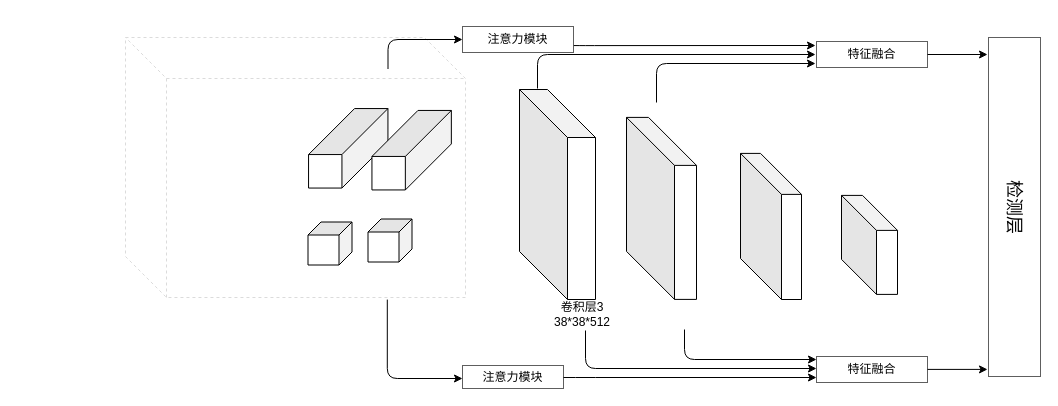
This is Report/MSSD.drawio from murongsina/RRT, a draw.io file, before an edit. Source tidied: cells renumbered, new cells numbered last; positions are measured from the earlier drawing's top-left corner, leaving out a move shared by most shapes. Both pictures are drawn from the tidied source at 100%, with x=0, y=0 at pixel (125, 26).
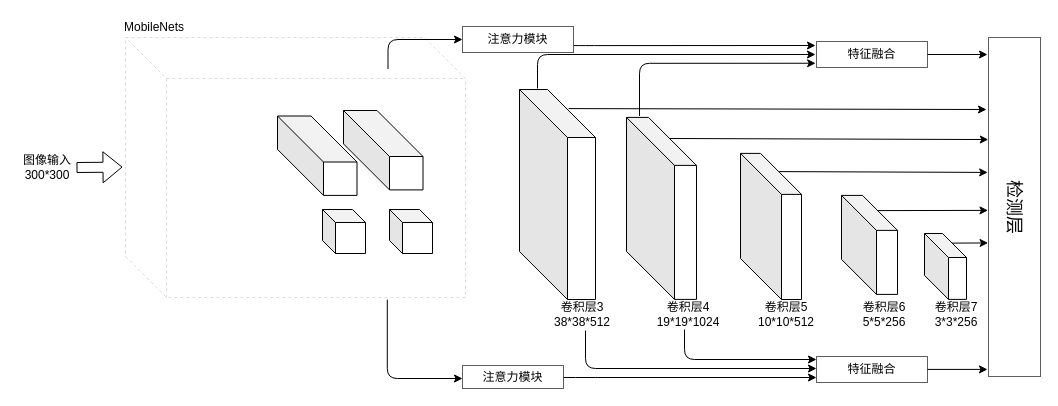
Above is the later version.

Unchanged cells that the change refers to:
```xml
<mxCell id="11" value="&lt;font style=&quot;font-size: 18px&quot; face=&quot;Times New Roman&quot;&gt;检测层&lt;/font&gt;" style="rounded=0;whiteSpace=wrap;html=1;shadow=0;sketch=0;strokeWidth=1;fillColor=none;gradientColor=none;opacity=70;rotation=90;strokeColor=#1A1A1A;" parent="1" vertex="1">
  <mxGeometry x="719.5" y="154.5" width="339" height="52" as="geometry" />
</mxCell>
<mxCell id="18" value="特征融合" style="rounded=0;whiteSpace=wrap;html=1;shadow=0;sketch=0;strokeWidth=1;fillColor=none;gradientColor=none;opacity=70;strokeColor=#1A1A1A;" parent="1" vertex="1">
  <mxGeometry x="691" y="15" width="111" height="26" as="geometry" />
</mxCell>
```

What changed in the source:
```diff
@@
-    <mxCell id="4" style="shape=cube;whiteSpace=wrap;html=1;boundedLbl=1;backgroundOutline=1;darkOpacity=0.05;darkOpacity2=0.1;rotation=90;size=46;" parent="1" vertex="1">
-      <mxGeometry x="183" y="82.1" width="79.5" height="79.4" as="geometry" />
+    <mxCell id="4" style="shape=cube;whiteSpace=wrap;html=1;boundedLbl=1;backgroundOutline=1;darkOpacity=0.05;darkOpacity2=0.1;rotation=0;size=46;" parent="1" vertex="1">
+      <mxGeometry x="152" y="89.5" width="79.5" height="79.4" as="geometry" />
     </mxCell>
-    <mxCell id="5" style="shape=cube;whiteSpace=wrap;html=1;boundedLbl=1;backgroundOutline=1;darkOpacity=0.05;darkOpacity2=0.1;rotation=90;size=13;" parent="1" vertex="1">
-      <mxGeometry x="183" y="195" width="43" height="44" as="geometry" />
+    <mxCell id="5" style="shape=cube;whiteSpace=wrap;html=1;boundedLbl=1;backgroundOutline=1;darkOpacity=0.05;darkOpacity2=0.1;rotation=0;size=13;" parent="1" vertex="1">
+      <mxGeometry x="197" y="183" width="43" height="44" as="geometry" />
     </mxCell>
-    <mxCell id="6" style="shape=cube;whiteSpace=wrap;html=1;boundedLbl=1;backgroundOutline=1;darkOpacity=0.05;darkOpacity2=0.1;rotation=90;size=46;" parent="1" vertex="1">
-      <mxGeometry x="246.4" y="84" width="79.5" height="79.4" as="geometry" />
-    </mxCell>
-    <mxCell id="7" style="shape=cube;whiteSpace=wrap;html=1;boundedLbl=1;backgroundOutline=1;darkOpacity=0.05;darkOpacity2=0.1;rotation=90;size=13;" parent="1" vertex="1">
-      <mxGeometry x="243" y="192" width="43" height="44" as="geometry" />
-    </mxCell>
@@
-    <mxCell id="22" style="edgeStyle=segmentEdgeStyle;endArrow=classic;html=1;" parent="1" edge="1">
+    <mxCell id="22" style="edgeStyle=segmentEdgeStyle;endArrow=classic;html=1;entryX=-0.008;entryY=0.837;entryDx=0;entryDy=0;entryPerimeter=0;" parent="1" edge="1" target="18">
       <mxGeometry relative="1" as="geometry">
-        <mxPoint x="531" y="76" as="sourcePoint" />
-        <mxPoint x="690" y="37" as="targetPoint" />
+        <mxPoint x="514" y="89.5" as="sourcePoint" />
         <Array as="points">
-          <mxPoint x="531" y="37" />
+          <mxPoint x="514" y="36" />
+          <mxPoint x="690" y="36" />
         </Array>
       </mxGeometry>
     </mxCell>
@@
+    <mxCell id="27" style="shape=cube;whiteSpace=wrap;html=1;boundedLbl=1;backgroundOutline=1;darkOpacity=0.05;darkOpacity2=0.1;rotation=0;size=24;" parent="1" vertex="1">
+      <mxGeometry x="799" y="207" width="42" height="65.9" as="geometry" />
+    </mxCell>
+    <mxCell id="28" style="endArrow=classic;html=1;entryX=0.606;entryY=1.008;entryDx=0;entryDy=0;entryPerimeter=0;exitX=0.654;exitY=0.146;exitDx=0;exitDy=0;exitPerimeter=0;" parent="1" edge="1" source="27" target="11">
+      <mxGeometry relative="1" as="geometry" />
+    </mxCell>
+    <mxCell id="29" style="endArrow=classic;html=1;entryX=0.51;entryY=1.01;entryDx=0;entryDy=0;entryPerimeter=0;" parent="1" edge="1" target="11">
+      <mxGeometry relative="1" as="geometry">
+        <mxPoint x="752" y="184.1" as="sourcePoint" />
+      </mxGeometry>
+    </mxCell>
+    <mxCell id="30" style="endArrow=classic;html=1;entryX=0.398;entryY=1.016;entryDx=0;entryDy=0;entryPerimeter=0;" parent="1" edge="1" target="11">
+      <mxGeometry relative="1" as="geometry">
+        <mxPoint x="653.7" y="145.1" as="sourcePoint" />
+      </mxGeometry>
+    </mxCell>
+    <mxCell id="31" style="endArrow=classic;html=1;entryX=0.301;entryY=1.004;entryDx=0;entryDy=0;entryPerimeter=0;" parent="1" edge="1" target="11">
+      <mxGeometry relative="1" as="geometry">
+        <mxPoint x="544" y="112" as="sourcePoint" />
+      </mxGeometry>
+    </mxCell>
+    <mxCell id="32" style="endArrow=classic;html=1;" parent="1" edge="1">
+      <mxGeometry relative="1" as="geometry">
+        <mxPoint x="443" y="82.1" as="sourcePoint" />
+        <mxPoint x="861" y="83" as="targetPoint" />
+      </mxGeometry>
+    </mxCell>
+    <mxCell id="33" style="shape=cube;whiteSpace=wrap;html=1;boundedLbl=1;backgroundOutline=1;darkOpacity=0.05;darkOpacity2=0.1;rotation=0;size=46;" parent="1" vertex="1">
+      <mxGeometry x="218" y="84" width="79.5" height="79.4" as="geometry" />
+    </mxCell>
+    <mxCell id="34" style="shape=cube;whiteSpace=wrap;html=1;boundedLbl=1;backgroundOutline=1;darkOpacity=0.05;darkOpacity2=0.1;rotation=0;size=13;" parent="1" vertex="1">
+      <mxGeometry x="264" y="183" width="43" height="44" as="geometry" />
+    </mxCell>
+    <mxCell id="35" value="图像输入&lt;br&gt;300*300" style="text;html=1;strokeColor=none;fillColor=none;align=center;verticalAlign=middle;whiteSpace=wrap;rounded=0;shadow=0;sketch=0;opacity=70;" parent="1" vertex="1">
+      <mxGeometry x="-108" y="131" width="60" height="20" as="geometry" />
+    </mxCell>
+    <mxCell id="36" value="MobileNets" style="text;html=1;strokeColor=none;fillColor=none;align=center;verticalAlign=middle;whiteSpace=wrap;rounded=0;shadow=0;sketch=0;opacity=70;" parent="1" vertex="1">
+      <mxGeometry x="9" y="-9" width="40" height="20" as="geometry" />
+    </mxCell>
+    <mxCell id="37" style="shape=flexArrow;endArrow=classic;html=1;" parent="1" edge="1">
+      <mxGeometry relative="1" as="geometry">
+        <mxPoint x="-49" y="141" as="sourcePoint" />
+        <mxPoint x="-3" y="140.6" as="targetPoint" />
+      </mxGeometry>
+    </mxCell>
+    <mxCell id="38" value="卷积层4&lt;br&gt;19*19*1024" style="text;html=1;strokeColor=none;fillColor=none;align=center;verticalAlign=middle;whiteSpace=wrap;rounded=0;shadow=0;sketch=0;opacity=70;" parent="1" vertex="1">
+      <mxGeometry x="543" y="278" width="40" height="20" as="geometry" />
+    </mxCell>
+    <mxCell id="39" value="卷积层5&lt;br&gt;10*10*512" style="text;html=1;strokeColor=none;fillColor=none;align=center;verticalAlign=middle;whiteSpace=wrap;rounded=0;shadow=0;sketch=0;opacity=70;" parent="1" vertex="1">
+      <mxGeometry x="641" y="278" width="40" height="20" as="geometry" />
+    </mxCell>
+    <mxCell id="40" value="卷积层6&lt;br&gt;5*5*256" style="text;html=1;strokeColor=none;fillColor=none;align=center;verticalAlign=middle;whiteSpace=wrap;rounded=0;shadow=0;sketch=0;opacity=70;" parent="1" vertex="1">
+      <mxGeometry x="739" y="278" width="40" height="20" as="geometry" />
+    </mxCell>
+    <mxCell id="41" value="卷积层7&lt;br&gt;3*3*256" style="text;html=1;strokeColor=none;fillColor=none;align=center;verticalAlign=middle;whiteSpace=wrap;rounded=0;shadow=0;sketch=0;opacity=70;" parent="1" vertex="1">
+      <mxGeometry x="811" y="278" width="40" height="20" as="geometry" />
+    </mxCell>
```
